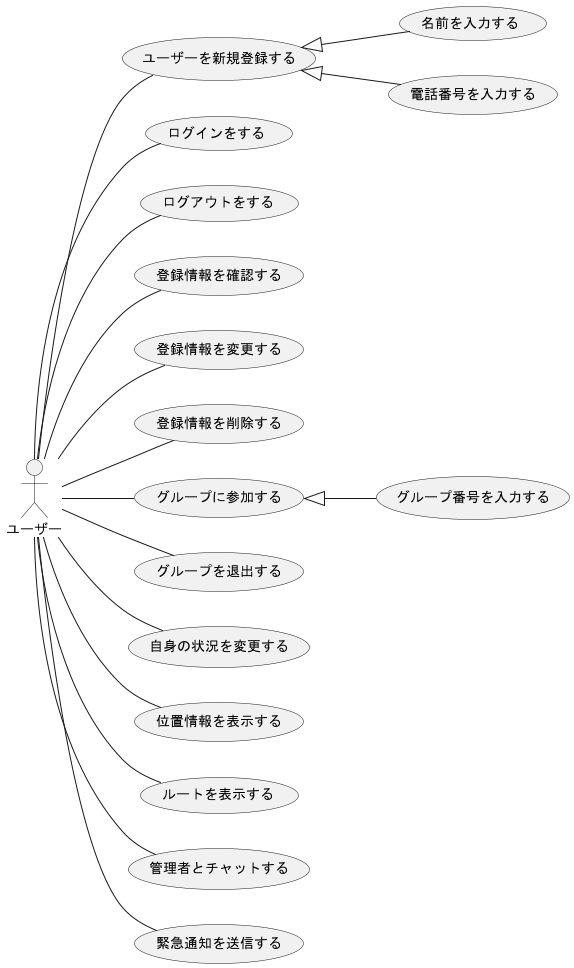
The PlantUML diagram out/F_usecase_user/ユースケース.png in ksw2270227/GroupF, before a commit.
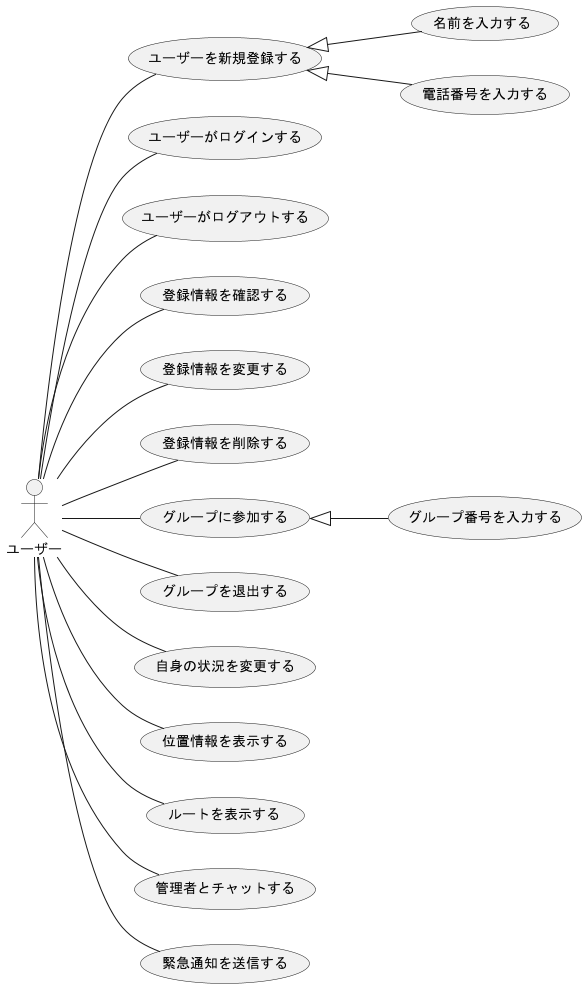
After the change.

Diff of the diagram source:
```diff
@@ -4,8 +4,8 @@
 actor ユーザー
 
 ユーザー -- (ユーザーを新規登録する)
-ユーザー -- (ログインをする)
-ユーザー -- (ログアウトをする)
+ユーザー -- (ユーザーがログインする)
+ユーザー -- (ユーザーがログアウトする)
 ユーザー -- (登録情報を確認する)
 ユーザー -- (登録情報を変更する)
 ユーザー -- (登録情報を削除する)
```
